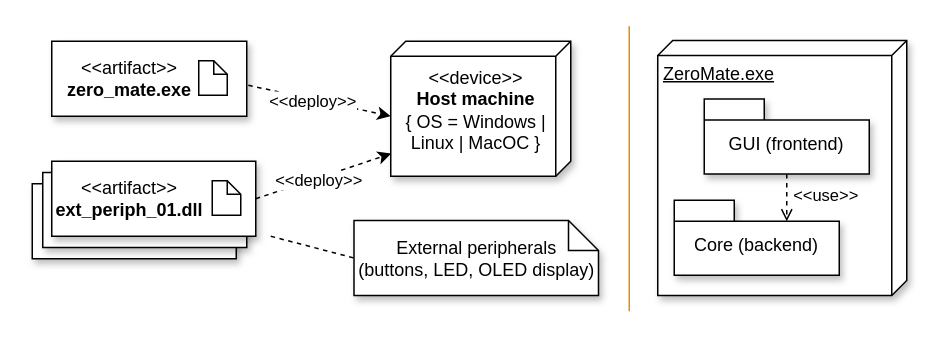
This is docs/diagrams/deployment_diagram.drawio from silhavyj/ZeroMate, a draw.io file, before an edit. Source tidied: cells renumbered, new cells numbered last; positions are measured from the earlier drawing's top-left corner, leaving out a move shared by most shapes. Both pictures are drawn from the tidied source at 150%, with x=0, y=0 at pixel (32, 26).
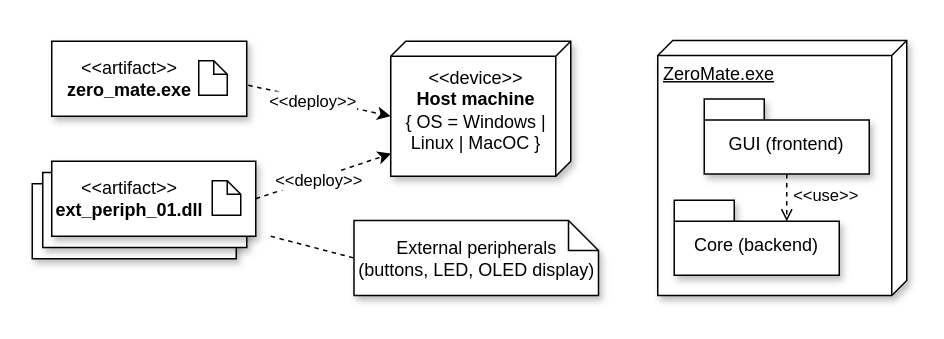
Above is the later version.

The edit, as a diff of the source:
```diff
@@
-    <mxCell id="19" style="endArrow=none;html=1;rounded=0;strokeColor=#ca9230;" parent="1" edge="1">
-      <mxGeometry relative="1" as="geometry">
-        <mxPoint x="398" y="190" as="sourcePoint" />
-        <mxPoint x="398" as="targetPoint" />
-      </mxGeometry>
-    </mxCell>
```
